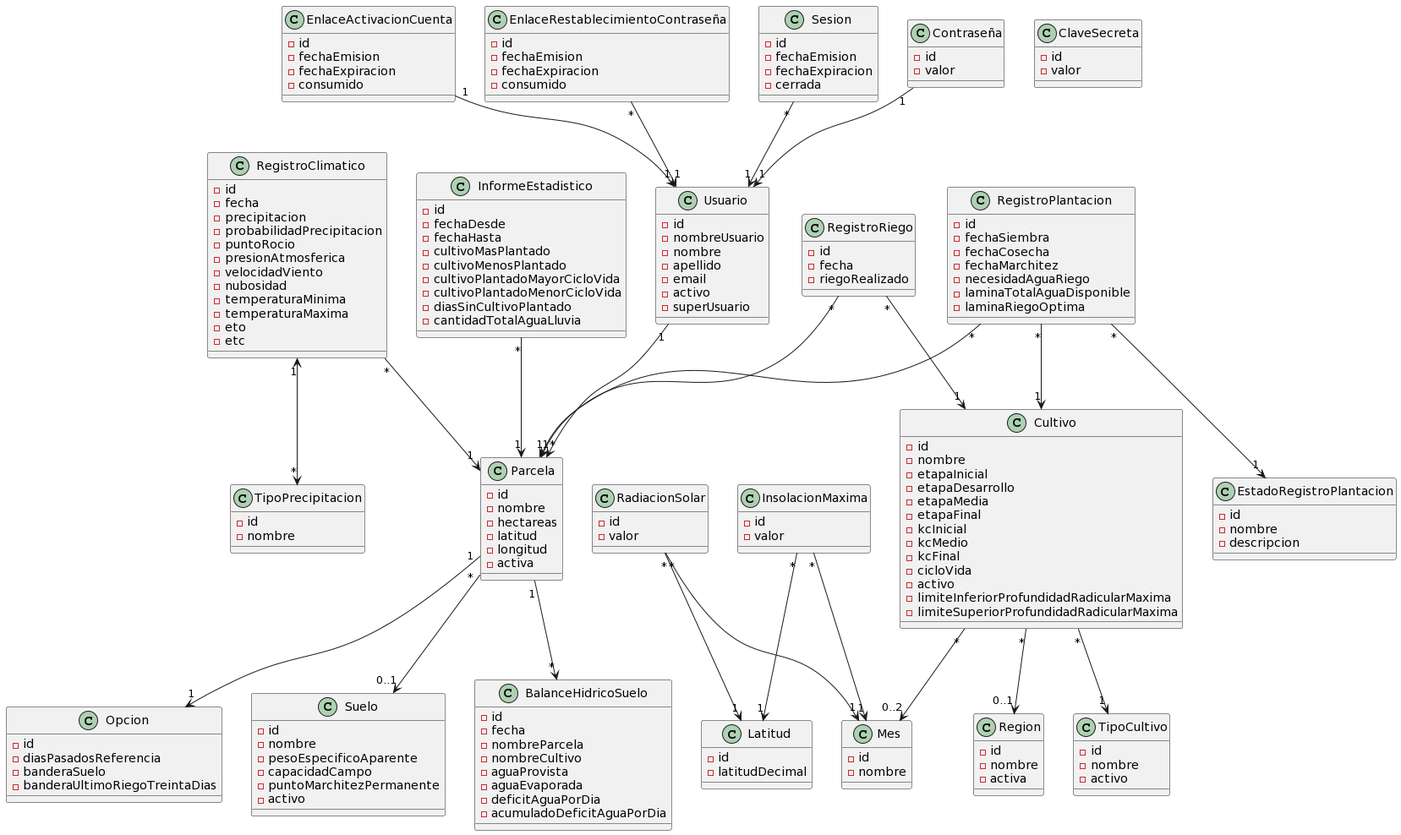
Before: docs/domain model/Modelo de dominio.png, a diagram exported from PlantUML (facundopaez-dev/sistema-web-riego).
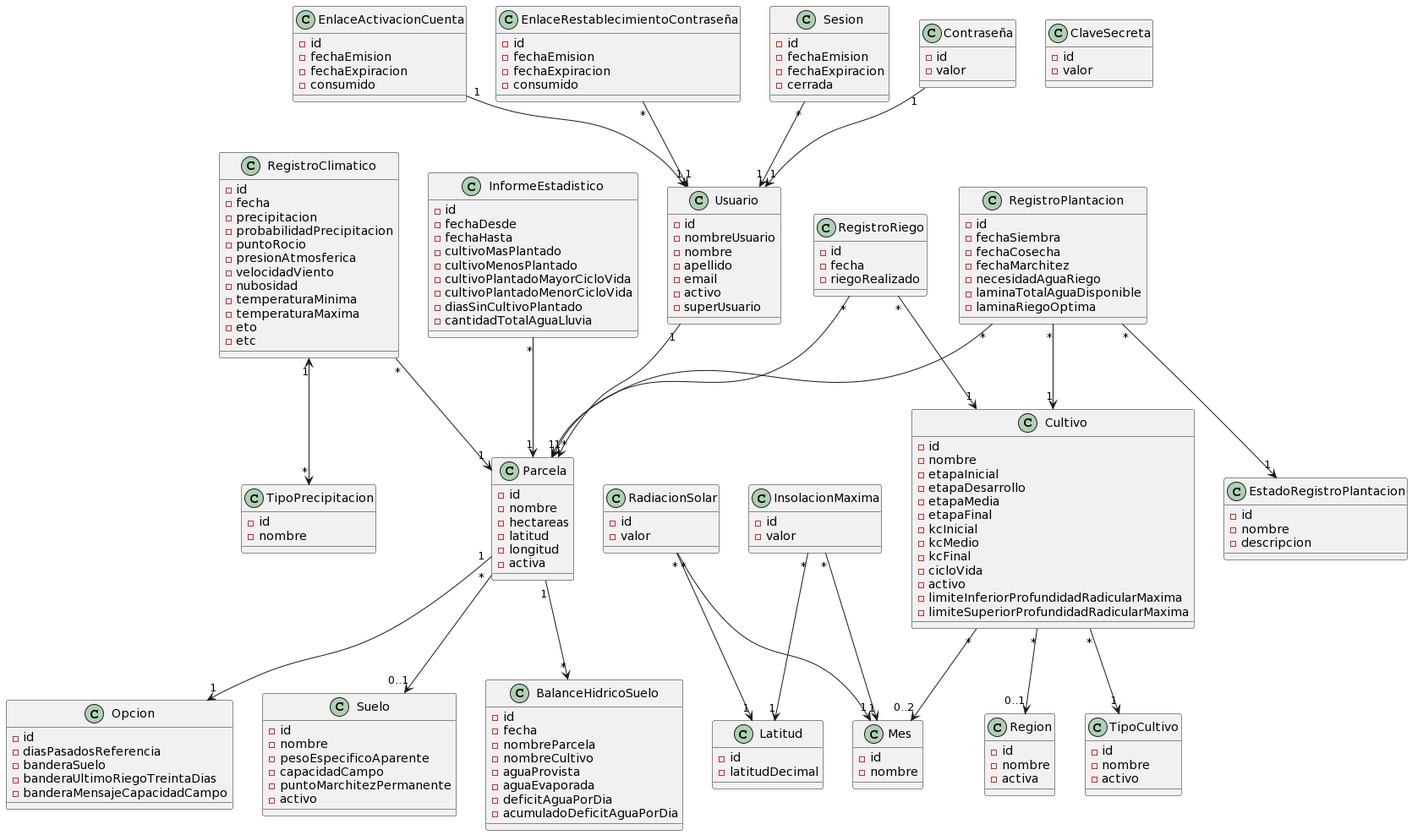
After the change.

The edit, as a diff of the source:
```diff
@@ -113,6 +113,7 @@
 -diasPasadosReferencia
 -banderaSuelo
 -banderaUltimoRiegoTreintaDias
+-banderaMensajeCapacidadCampo
 }
 
 class Usuario {
```
